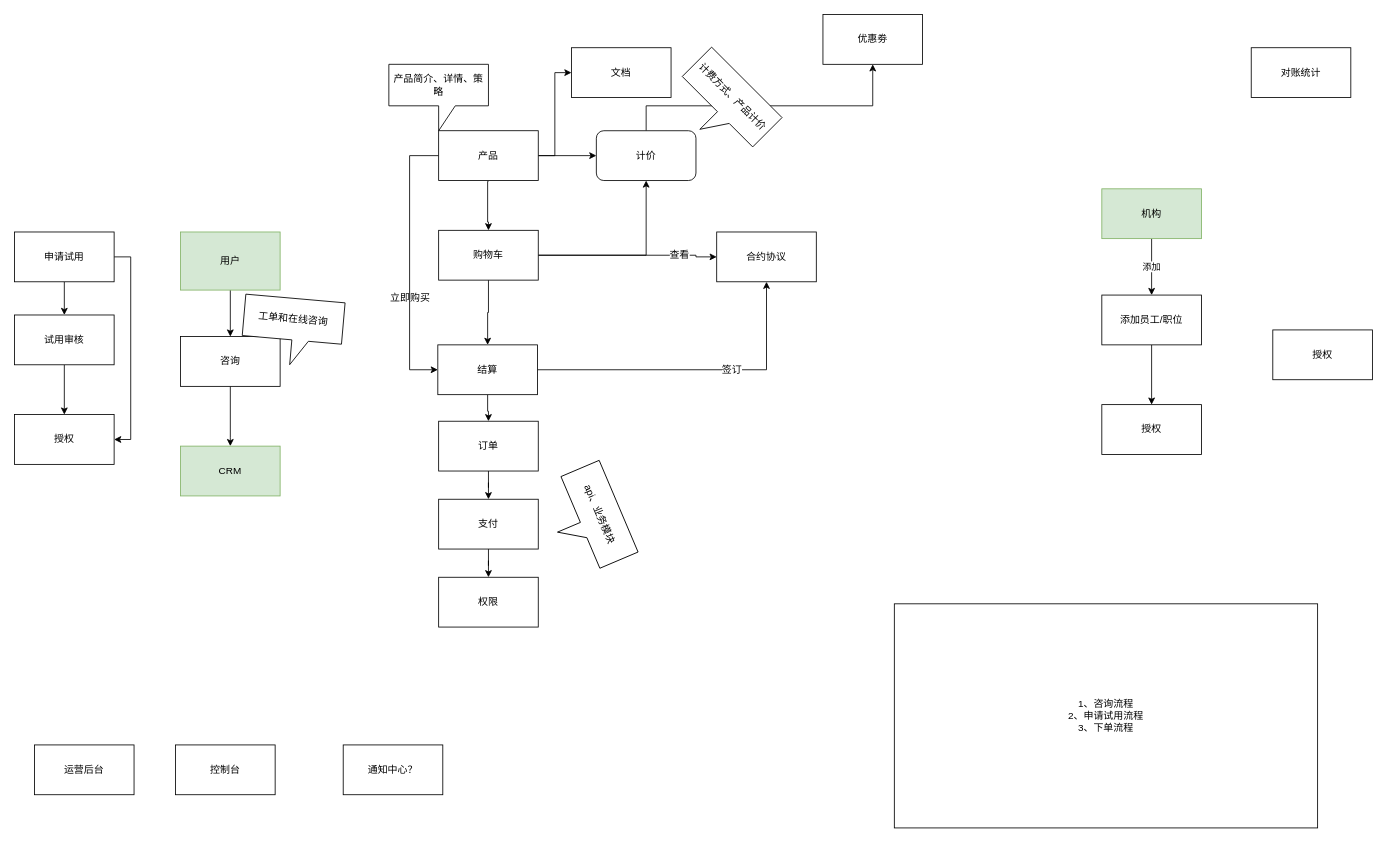
Above: page "流程" (1 of 3) of 微医云模块.drawio in liaosg/test (draw.io), before the change. Source tidied: cells renumbered, new cells numbered last; positions are measured from the earlier drawing's top-left corner, leaving out a move shared by most shapes. Both pictures are drawn from the tidied source at 83%, with x=0, y=0 at pixel (14, 14).
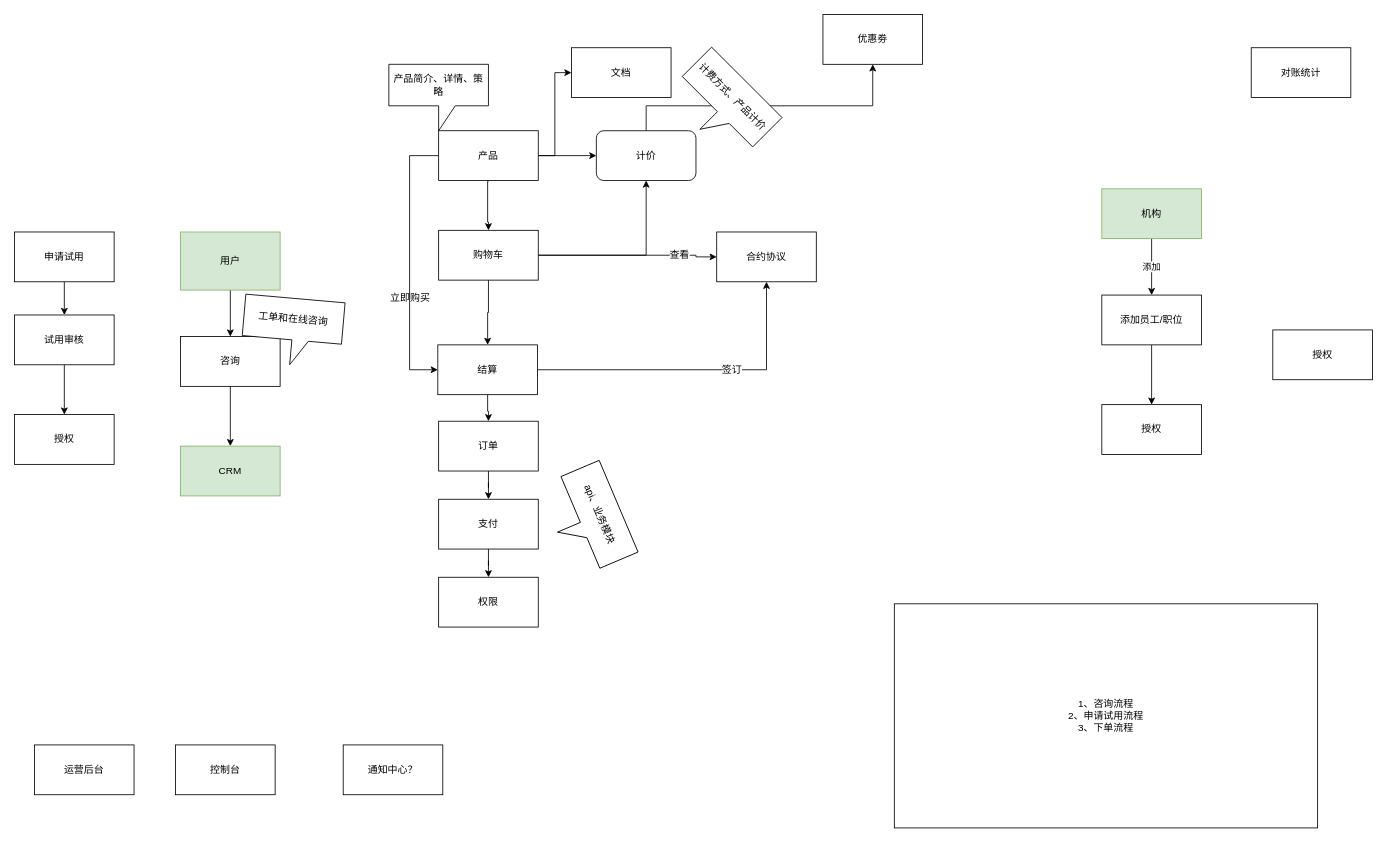
Above is the later version.

Commit message:
Update 微医云模块.drawio

Unchanged cells that the change refers to:
```xml
<mxCell id="41" value="申请试用" style="rounded=0;whiteSpace=wrap;html=1;" parent="1" vertex="1">
  <mxGeometry y="262" width="120" height="60" as="geometry" />
</mxCell>
<mxCell id="50" value="授权" style="rounded=0;whiteSpace=wrap;html=1;" parent="1" vertex="1">
  <mxGeometry y="482" width="120" height="60" as="geometry" />
</mxCell>
```

What changed in the source:
```diff
@@
-    <mxCell id="40" style="edgeStyle=orthogonalEdgeStyle;rounded=0;jettySize=auto;html=1;entryX=1;entryY=0.5;entryDx=0;entryDy=0;" parent="1" edge="1" source="41" target="50">
-      <mxGeometry relative="1" as="geometry">
-        <Array as="points">
-          <mxPoint x="140" y="292" />
-          <mxPoint x="140" y="512" />
-        </Array>
-      </mxGeometry>
-    </mxCell>
```
